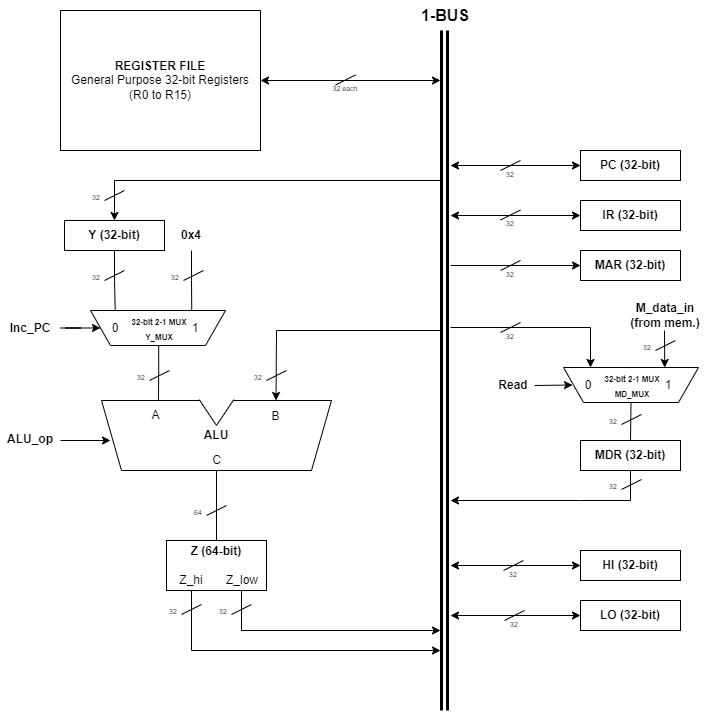
geotrieu/ezRISC keeps this draw.io diagram as documentation/datapath_architecture.png. Above is the earlier version. Source tidied: cells renumbered, new cells last; positions are measured from the earlier drawing's top-left corner, leaving out a move shared by most shapes.
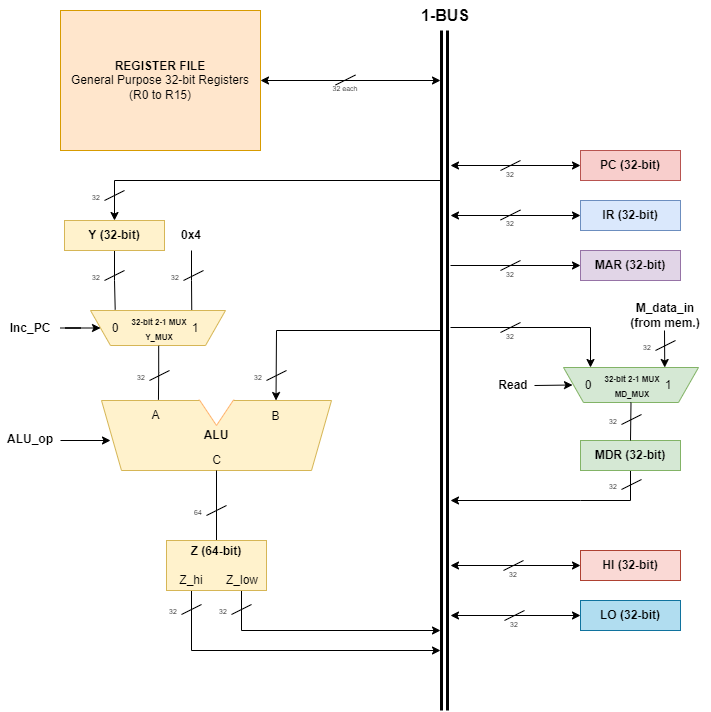
The same file after the commit.

Commit message:
updated diagram and added datapath definitions

Change to the diagram source:
```diff
@@ -5,10 +5,10 @@
     <mxCell id="2" style="group;" parent="1" vertex="1">
       <mxGeometry x="101" y="390" width="230" height="80" as="geometry" />
     </mxCell>
-    <mxCell id="3" style="shape=trapezoid;perimeter=trapezoidPerimeter;whiteSpace=wrap;html=1;fixedSize=1;rotation=-180;sketch=0;rounded=0;" parent="2" vertex="1">
+    <mxCell id="3" style="shape=trapezoid;perimeter=trapezoidPerimeter;whiteSpace=wrap;html=1;fixedSize=1;rotation=-180;sketch=0;rounded=0;fillColor=#fff2cc;strokeColor=#d6b656;" parent="2" vertex="1">
       <mxGeometry y="10" width="230" height="70" as="geometry" />
     </mxCell>
-    <mxCell id="4" style="triangle;whiteSpace=wrap;html=1;rounded=0;sketch=0;rotation=90;" parent="2" vertex="1">
+    <mxCell id="4" style="triangle;whiteSpace=wrap;html=1;rounded=0;sketch=0;rotation=90;strokeColor=#FFB570;" parent="2" vertex="1">
       <mxGeometry x="100" width="30" height="40" as="geometry" />
     </mxCell>
     <mxCell id="5" style="rounded=0;whiteSpace=wrap;html=1;sketch=0;strokeColor=none;" parent="2" vertex="1">
@@ -37,7 +37,7 @@
         <mxPoint x="440" y="80" as="targetPoint" />
       </mxGeometry>
     </mxCell>
-    <mxCell id="12" value="&lt;b&gt;REGISTER FILE&lt;/b&gt;&lt;br&gt;General Purpose 32-bit Registers&lt;br&gt;(R0 to R15)" style="rounded=0;whiteSpace=wrap;html=1;sketch=0;" parent="1" vertex="1">
+    <mxCell id="12" value="&lt;b&gt;REGISTER FILE&lt;/b&gt;&lt;br&gt;General Purpose 32-bit Registers&lt;br&gt;(R0 to R15)" style="rounded=0;whiteSpace=wrap;html=1;sketch=0;fillColor=#ffe6cc;strokeColor=#d79b00;" parent="1" vertex="1">
       <mxGeometry x="60" y="10" width="200" height="140" as="geometry" />
     </mxCell>
     <mxCell id="13" style="edgeStyle=orthogonalEdgeStyle;rounded=0;jettySize=auto;html=1;exitX=0.5;exitY=1;exitDx=0;exitDy=0;entryX=0.817;entryY=1.027;entryDx=0;entryDy=0;entryPerimeter=0;endArrow=none;endFill=0;strokeWidth=1;" parent="1" edge="1" source="15" target="19">
@@ -51,7 +51,7 @@
         </Array>
       </mxGeometry>
     </mxCell>
-    <mxCell id="15" value="&lt;b&gt;Y (32-bit)&lt;/b&gt;" style="rounded=0;whiteSpace=wrap;html=1;sketch=0;" parent="1" vertex="1">
+    <mxCell id="15" value="&lt;b&gt;Y (32-bit)&lt;/b&gt;" style="rounded=0;whiteSpace=wrap;html=1;sketch=0;fillColor=#fff2cc;strokeColor=#d6b656;" parent="1" vertex="1">
       <mxGeometry x="64" y="220" width="100" height="30" as="geometry" />
     </mxCell>
     <mxCell id="16" style="edgeStyle=orthogonalEdgeStyle;rounded=0;jettySize=auto;html=1;fontSize=12;endArrow=none;endFill=0;strokeWidth=1;exitX=0.5;exitY=1;exitDx=0;exitDy=0;entryX=0.25;entryY=1;entryDx=0;entryDy=0;" parent="1" edge="1" source="17" target="19">
@@ -63,7 +63,7 @@
     <mxCell id="18" style="group;" parent="1" vertex="1">
       <mxGeometry x="85" y="310" width="140" height="35" as="geometry" />
     </mxCell>
-    <mxCell id="19" style="shape=trapezoid;perimeter=trapezoidPerimeter;whiteSpace=wrap;html=1;fixedSize=1;rounded=0;sketch=0;rotation=-180;" parent="18" vertex="1">
+    <mxCell id="19" style="shape=trapezoid;perimeter=trapezoidPerimeter;whiteSpace=wrap;html=1;fixedSize=1;rounded=0;sketch=0;rotation=-180;fillColor=#fff2cc;strokeColor=#d6b656;" parent="18" vertex="1">
       <mxGeometry x="5" width="135" height="35" as="geometry" />
     </mxCell>
     <mxCell id="20" value="0" style="text;html=1;strokeColor=none;fillColor=none;align=center;verticalAlign=middle;whiteSpace=wrap;rounded=0;sketch=0;" parent="18" vertex="1">
@@ -168,7 +168,7 @@
         <mxPoint x="450" y="165" as="targetPoint" />
       </mxGeometry>
     </mxCell>
-    <mxCell id="44" value="&lt;b&gt;PC (32-bit)&lt;/b&gt;" style="rounded=0;whiteSpace=wrap;html=1;sketch=0;" parent="1" vertex="1">
+    <mxCell id="44" value="&lt;b&gt;PC (32-bit)&lt;/b&gt;" style="rounded=0;whiteSpace=wrap;html=1;sketch=0;fillColor=#f8cecc;strokeColor=#b85450;" parent="1" vertex="1">
       <mxGeometry x="580" y="150" width="100" height="30" as="geometry" />
     </mxCell>
     <mxCell id="45" style="edgeStyle=orthogonalEdgeStyle;rounded=0;jettySize=auto;html=1;fontSize=7;endArrow=classic;endFill=1;strokeColor=default;strokeWidth=1;startArrow=classic;startFill=1;" parent="1" edge="1" source="46">
@@ -176,7 +176,7 @@
         <mxPoint x="450" y="215" as="targetPoint" />
       </mxGeometry>
     </mxCell>
-    <mxCell id="46" value="&lt;b&gt;IR (32-bit)&lt;/b&gt;" style="rounded=0;whiteSpace=wrap;html=1;sketch=0;" parent="1" vertex="1">
+    <mxCell id="46" value="&lt;b&gt;IR (32-bit)&lt;/b&gt;" style="rounded=0;whiteSpace=wrap;html=1;sketch=0;fillColor=#dae8fc;strokeColor=#6c8ebf;" parent="1" vertex="1">
       <mxGeometry x="580" y="200" width="100" height="30" as="geometry" />
     </mxCell>
     <mxCell id="47" style="edgeStyle=orthogonalEdgeStyle;rounded=0;jettySize=auto;html=1;fontSize=7;endArrow=none;endFill=0;strokeColor=default;strokeWidth=1;startArrow=classic;startFill=1;" parent="1" edge="1" source="48">
@@ -184,7 +184,7 @@
         <mxPoint x="450" y="265" as="targetPoint" />
       </mxGeometry>
     </mxCell>
-    <mxCell id="48" value="&lt;b&gt;MAR (32-bit)&lt;/b&gt;" style="rounded=0;whiteSpace=wrap;html=1;sketch=0;" parent="1" vertex="1">
+    <mxCell id="48" value="&lt;b&gt;MAR (32-bit)&lt;/b&gt;" style="rounded=0;whiteSpace=wrap;html=1;sketch=0;fillColor=#e1d5e7;strokeColor=#9673a6;" parent="1" vertex="1">
       <mxGeometry x="580" y="250" width="100" height="30" as="geometry" />
     </mxCell>
     <mxCell id="49" style="edgeStyle=orthogonalEdgeStyle;rounded=0;jettySize=auto;html=1;fontSize=7;startArrow=none;startFill=0;endArrow=classic;endFill=1;strokeColor=default;strokeWidth=1;" parent="1" edge="1" source="50">
@@ -196,13 +196,13 @@
         </Array>
       </mxGeometry>
     </mxCell>
-    <mxCell id="50" value="&lt;b&gt;MDR (32-bit)&lt;/b&gt;" style="rounded=0;whiteSpace=wrap;html=1;sketch=0;" parent="1" vertex="1">
+    <mxCell id="50" value="&lt;b&gt;MDR (32-bit)&lt;/b&gt;" style="rounded=0;whiteSpace=wrap;html=1;sketch=0;fillColor=#d5e8d4;strokeColor=#82b366;" parent="1" vertex="1">
       <mxGeometry x="580" y="440" width="100" height="30" as="geometry" />
     </mxCell>
     <mxCell id="51" style="group;" parent="1" vertex="1">
       <mxGeometry x="558" y="367" width="140" height="35" as="geometry" />
     </mxCell>
-    <mxCell id="52" style="shape=trapezoid;perimeter=trapezoidPerimeter;whiteSpace=wrap;html=1;fixedSize=1;rounded=0;sketch=0;rotation=-180;" parent="51" vertex="1">
+    <mxCell id="52" style="shape=trapezoid;perimeter=trapezoidPerimeter;whiteSpace=wrap;html=1;fixedSize=1;rounded=0;sketch=0;rotation=-180;fillColor=#d5e8d4;strokeColor=#82b366;" parent="51" vertex="1">
       <mxGeometry x="5" width="135" height="35" as="geometry" />
     </mxCell>
     <mxCell id="53" value="0" style="text;html=1;strokeColor=none;fillColor=none;align=center;verticalAlign=middle;whiteSpace=wrap;rounded=0;sketch=0;" parent="51" vertex="1">
@@ -254,7 +254,7 @@
         <mxPoint x="450" y="565" as="targetPoint" />
       </mxGeometry>
     </mxCell>
-    <mxCell id="65" value="&lt;b&gt;HI (32-bit)&lt;/b&gt;" style="rounded=0;whiteSpace=wrap;html=1;sketch=0;" parent="1" vertex="1">
+    <mxCell id="65" value="&lt;b&gt;HI (32-bit)&lt;/b&gt;" style="rounded=0;whiteSpace=wrap;html=1;sketch=0;fillColor=#fad9d5;strokeColor=#ae4132;" parent="1" vertex="1">
       <mxGeometry x="580" y="550" width="100" height="30" as="geometry" />
     </mxCell>
     <mxCell id="66" style="edgeStyle=orthogonalEdgeStyle;rounded=0;jettySize=auto;html=1;fontSize=7;startArrow=classic;startFill=1;endArrow=classic;endFill=1;strokeColor=default;strokeWidth=1;" parent="1" edge="1" source="67">
@@ -262,7 +262,7 @@
         <mxPoint x="450" y="615" as="targetPoint" />
       </mxGeometry>
     </mxCell>
-    <mxCell id="67" value="&lt;b&gt;LO (32-bit)&lt;/b&gt;" style="rounded=0;whiteSpace=wrap;html=1;sketch=0;" parent="1" vertex="1">
+    <mxCell id="67" value="&lt;b&gt;LO (32-bit)&lt;/b&gt;" style="rounded=0;whiteSpace=wrap;html=1;sketch=0;fillColor=#b1ddf0;strokeColor=#10739e;" parent="1" vertex="1">
       <mxGeometry x="580" y="600" width="100" height="30" as="geometry" />
     </mxCell>
     <mxCell id="68" style="group;" parent="1" vertex="1">
@@ -415,7 +415,7 @@
     <mxCell id="105" style="group;" parent="1" vertex="1">
       <mxGeometry x="161" y="540" width="111" height="53" as="geometry" />
     </mxCell>
-    <mxCell id="106" value="&lt;b&gt;Z (64-bit)&lt;br&gt;&lt;br&gt;&lt;br&gt;&lt;/b&gt;" style="rounded=0;whiteSpace=wrap;html=1;sketch=0;" parent="105" vertex="1">
+    <mxCell id="106" value="&lt;b&gt;Z (64-bit)&lt;br&gt;&lt;br&gt;&lt;br&gt;&lt;/b&gt;" style="rounded=0;whiteSpace=wrap;html=1;sketch=0;fillColor=#fff2cc;strokeColor=#d6b656;" parent="105" vertex="1">
       <mxGeometry x="5" width="100" height="50" as="geometry" />
     </mxCell>
     <mxCell id="107" value="&lt;font style=&quot;font-size: 12px&quot;&gt;Z_low&lt;/font&gt;" style="text;html=1;strokeColor=none;fillColor=none;align=center;verticalAlign=middle;whiteSpace=wrap;rounded=0;labelBackgroundColor=none;sketch=0;fontSize=16;" parent="105" vertex="1">
```
